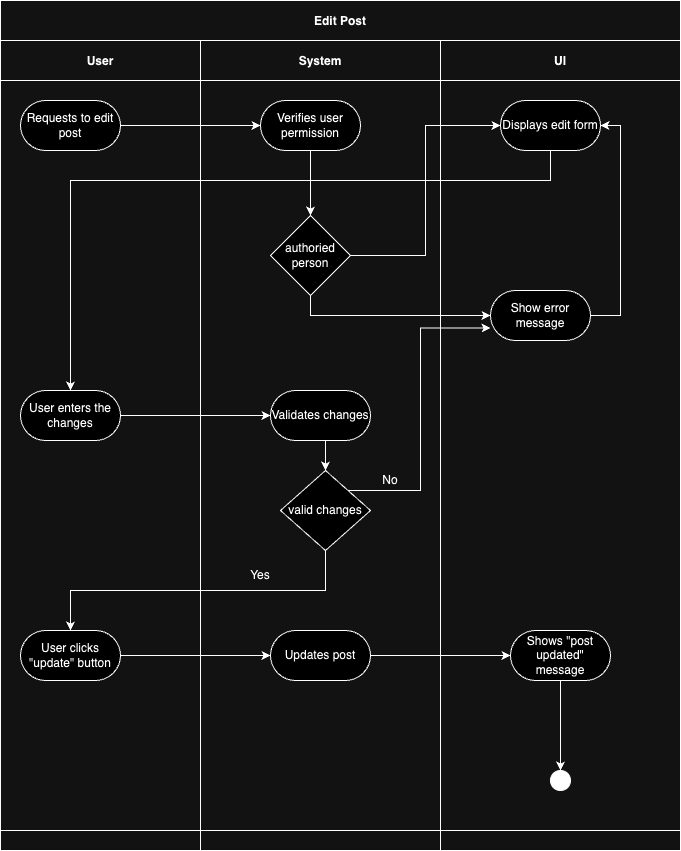
Earlier version of the draw.io export Assets/Edit post drawio.drawio.png (millisom/GluGuide). Source tidied: cells renumbered, new cells last; positions are measured from the earlier drawing's top-left corner, leaving out a move shared by most shapes. Its diagram source:
```xml
<mxGraphModel>
  <root>
    <mxCell id="0" />
    <mxCell id="1" parent="0" />
    <mxCell id="2" value="Edit Post" style="shape=table;startSize=40;fillColor=none;fontStyle=1;" parent="1" vertex="1">
      <mxGeometry width="680" height="850" as="geometry" />
    </mxCell>
    <mxCell id="3" style="shape=tableRow;horizontal=0;swimlaneHead=0;swimlaneBody=0;top=0;left=0;bottom=0;right=0;fillColor=none;startSize=0;fontStyle=1;" parent="2" vertex="1">
      <mxGeometry y="40" width="680" height="790" as="geometry" />
    </mxCell>
    <mxCell id="4" value="User" style="swimlane;swimlaneHead=0;swimlaneBody=0;fillColor=none;startSize=40;fontStyle=1;" parent="3" vertex="1">
      <mxGeometry width="200" height="790" as="geometry" />
    </mxCell>
    <mxCell id="5" value="Requests to edit post" style="rounded=1;whiteSpace=wrap;html=1;arcSize=50;" parent="4" vertex="1">
      <mxGeometry x="20" y="60" width="100" height="50" as="geometry" />
    </mxCell>
    <mxCell id="6" value="User enters the changes" style="rounded=1;whiteSpace=wrap;html=1;arcSize=50;" parent="4" vertex="1">
      <mxGeometry x="20" y="350" width="100" height="50" as="geometry" />
    </mxCell>
    <mxCell id="7" value="User clicks &quot;update&quot; button" style="rounded=1;whiteSpace=wrap;html=1;arcSize=50;" parent="4" vertex="1">
      <mxGeometry x="20" y="590" width="100" height="50" as="geometry" />
    </mxCell>
    <mxCell id="8" value="System" style="swimlane;swimlaneHead=0;swimlaneBody=0;fillColor=none;startSize=40;fontStyle=1;" parent="3" vertex="1">
      <mxGeometry x="200" width="240" height="790" as="geometry" />
    </mxCell>
    <mxCell id="9" style="edgeStyle=orthogonalEdgeStyle;rounded=0;jettySize=auto;html=1;exitX=0.5;exitY=1;exitDx=0;exitDy=0;entryX=0.5;entryY=0;entryDx=0;entryDy=0;" parent="8" edge="1" source="10" target="11">
      <mxGeometry relative="1" as="geometry" />
    </mxCell>
    <mxCell id="10" value="Verifies user permission" style="rounded=1;whiteSpace=wrap;html=1;arcSize=50;" parent="8" vertex="1">
      <mxGeometry x="60" y="60" width="100" height="50" as="geometry" />
    </mxCell>
    <mxCell id="11" value="authoried person" style="rhombus;whiteSpace=wrap;html=1;" parent="8" vertex="1">
      <mxGeometry x="70" y="175" width="80" height="80" as="geometry" />
    </mxCell>
    <mxCell id="12" value="valid changes" style="rhombus;whiteSpace=wrap;html=1;" parent="8" vertex="1">
      <mxGeometry x="80" y="430" width="90" height="80" as="geometry" />
    </mxCell>
    <mxCell id="13" style="edgeStyle=orthogonalEdgeStyle;rounded=0;jettySize=auto;html=1;exitX=0.5;exitY=1;exitDx=0;exitDy=0;entryX=0.5;entryY=0;entryDx=0;entryDy=0;" parent="8" edge="1" source="14" target="12">
      <mxGeometry relative="1" as="geometry" />
    </mxCell>
    <mxCell id="14" value="Validates changes" style="rounded=1;whiteSpace=wrap;html=1;arcSize=50;" parent="8" vertex="1">
      <mxGeometry x="70" y="350" width="100" height="50" as="geometry" />
    </mxCell>
    <mxCell id="15" value="No" style="text;html=1;align=center;verticalAlign=middle;whiteSpace=wrap;rounded=0;" parent="8" vertex="1">
      <mxGeometry x="160" y="425" width="60" height="30" as="geometry" />
    </mxCell>
    <mxCell id="16" value="Yes" style="text;html=1;align=center;verticalAlign=middle;whiteSpace=wrap;rounded=0;" parent="8" vertex="1">
      <mxGeometry x="30" y="520" width="60" height="30" as="geometry" />
    </mxCell>
    <mxCell id="17" value="Updates post" style="rounded=1;whiteSpace=wrap;html=1;arcSize=50;" parent="8" vertex="1">
      <mxGeometry x="70" y="590" width="100" height="50" as="geometry" />
    </mxCell>
    <mxCell id="18" value="UI" style="swimlane;swimlaneHead=0;swimlaneBody=0;fillColor=none;startSize=40;fontStyle=1;" parent="3" vertex="1">
      <mxGeometry x="440" width="240" height="790" as="geometry" />
    </mxCell>
    <mxCell id="19" style="edgeStyle=orthogonalEdgeStyle;rounded=0;jettySize=auto;html=1;exitX=1;exitY=0.5;exitDx=0;exitDy=0;entryX=1;entryY=0.5;entryDx=0;entryDy=0;" parent="18" edge="1" source="20" target="24">
      <mxGeometry relative="1" as="geometry" />
    </mxCell>
    <mxCell id="20" value="Show error message" style="rounded=1;whiteSpace=wrap;html=1;arcSize=50;" parent="18" vertex="1">
      <mxGeometry x="50" y="250" width="100" height="50" as="geometry" />
    </mxCell>
    <mxCell id="21" value="Shows &quot;post updated&quot; message" style="rounded=1;whiteSpace=wrap;html=1;arcSize=50;" parent="18" vertex="1">
      <mxGeometry x="70" y="590" width="100" height="50" as="geometry" />
    </mxCell>
    <mxCell id="22" style="edgeStyle=orthogonalEdgeStyle;rounded=0;jettySize=auto;html=1;exitX=0.5;exitY=1;exitDx=0;exitDy=0;" parent="18" edge="1" source="21" target="23">
      <mxGeometry relative="1" as="geometry" />
    </mxCell>
    <mxCell id="23" style="ellipse;whiteSpace=wrap;html=1;fillColor=#000000;" parent="18" vertex="1">
      <mxGeometry x="110" y="730" width="20" height="20" as="geometry" />
    </mxCell>
    <mxCell id="24" value="Displays edit form" style="rounded=1;whiteSpace=wrap;html=1;arcSize=50;" parent="18" vertex="1">
      <mxGeometry x="60" y="60" width="100" height="50" as="geometry" />
    </mxCell>
    <mxCell id="25" style="edgeStyle=orthogonalEdgeStyle;rounded=0;jettySize=auto;html=1;entryX=0;entryY=0.5;entryDx=0;entryDy=0;" parent="3" edge="1" source="5">
      <mxGeometry relative="1" as="geometry">
        <mxPoint x="260" y="85" as="targetPoint" />
      </mxGeometry>
    </mxCell>
    <mxCell id="26" style="edgeStyle=orthogonalEdgeStyle;rounded=0;jettySize=auto;html=1;exitX=0.5;exitY=1;exitDx=0;exitDy=0;entryX=0;entryY=0.5;entryDx=0;entryDy=0;" parent="3" edge="1" source="11" target="20">
      <mxGeometry relative="1" as="geometry" />
    </mxCell>
    <mxCell id="27" style="edgeStyle=orthogonalEdgeStyle;rounded=0;jettySize=auto;html=1;exitX=1;exitY=0.5;exitDx=0;exitDy=0;entryX=0;entryY=0.5;entryDx=0;entryDy=0;" parent="3" edge="1" source="11" target="24">
      <mxGeometry relative="1" as="geometry" />
    </mxCell>
    <mxCell id="28" style="edgeStyle=orthogonalEdgeStyle;rounded=0;jettySize=auto;html=1;exitX=0.5;exitY=1;exitDx=0;exitDy=0;entryX=0.5;entryY=0;entryDx=0;entryDy=0;" parent="3" edge="1" source="24" target="6">
      <mxGeometry relative="1" as="geometry">
        <Array as="points">
          <mxPoint x="550" y="140" />
          <mxPoint x="70" y="140" />
        </Array>
      </mxGeometry>
    </mxCell>
    <mxCell id="29" style="edgeStyle=orthogonalEdgeStyle;rounded=0;jettySize=auto;html=1;exitX=1;exitY=0.5;exitDx=0;exitDy=0;" parent="3" edge="1" source="6" target="14">
      <mxGeometry relative="1" as="geometry" />
    </mxCell>
    <mxCell id="30" style="edgeStyle=orthogonalEdgeStyle;rounded=0;jettySize=auto;html=1;exitX=1;exitY=0;exitDx=0;exitDy=0;entryX=0;entryY=0.75;entryDx=0;entryDy=0;" parent="3" edge="1" source="12" target="20">
      <mxGeometry relative="1" as="geometry">
        <Array as="points">
          <mxPoint x="420" y="450" />
          <mxPoint x="420" y="288" />
        </Array>
      </mxGeometry>
    </mxCell>
    <mxCell id="31" style="edgeStyle=orthogonalEdgeStyle;rounded=0;jettySize=auto;html=1;exitX=0.5;exitY=1;exitDx=0;exitDy=0;entryX=0.5;entryY=0;entryDx=0;entryDy=0;" parent="3" edge="1" source="12" target="7">
      <mxGeometry relative="1" as="geometry" />
    </mxCell>
    <mxCell id="32" style="edgeStyle=orthogonalEdgeStyle;rounded=0;jettySize=auto;html=1;exitX=1;exitY=0.5;exitDx=0;exitDy=0;entryX=0;entryY=0.5;entryDx=0;entryDy=0;" parent="3" edge="1" source="7" target="17">
      <mxGeometry relative="1" as="geometry" />
    </mxCell>
    <mxCell id="33" style="edgeStyle=orthogonalEdgeStyle;rounded=0;jettySize=auto;html=1;exitX=1;exitY=0.5;exitDx=0;exitDy=0;entryX=0;entryY=0.5;entryDx=0;entryDy=0;" parent="3" edge="1" source="17" target="21">
      <mxGeometry relative="1" as="geometry" />
    </mxCell>
    <mxCell id="34" style="shape=tableRow;horizontal=0;swimlaneHead=0;swimlaneBody=0;top=0;left=0;bottom=0;right=0;fillColor=none;startSize=0;fontStyle=1;" parent="2" vertex="1">
      <mxGeometry y="830" width="680" height="20" as="geometry" />
    </mxCell>
    <mxCell id="35" style="swimlane;swimlaneHead=0;swimlaneBody=0;fillColor=none;startSize=0;fontStyle=1;" parent="34" vertex="1">
      <mxGeometry width="200" height="20" as="geometry" />
    </mxCell>
    <mxCell id="36" style="swimlane;swimlaneHead=0;swimlaneBody=0;fillColor=none;startSize=0;fontStyle=1;" parent="34" vertex="1">
      <mxGeometry x="200" width="240" height="20" as="geometry" />
    </mxCell>
    <mxCell id="37" style="swimlane;swimlaneHead=0;swimlaneBody=0;fillColor=none;startSize=0;fontStyle=1;" parent="34" vertex="1">
      <mxGeometry x="440" width="240" height="20" as="geometry" />
    </mxCell>
  </root>
</mxGraphModel>
```
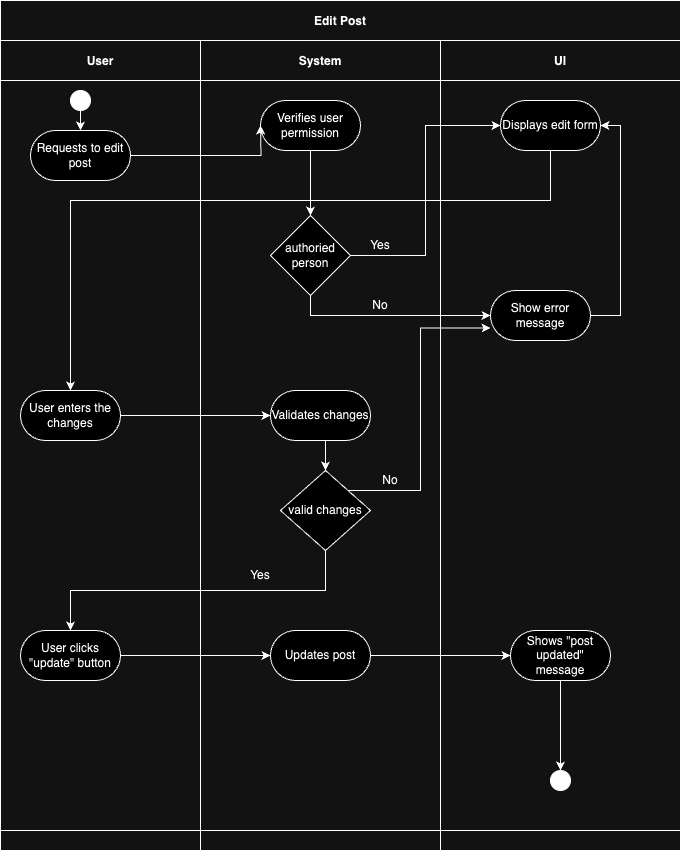
The same file after the commit.

The edit, as a diff of the source:
```diff
@@ -12,7 +12,7 @@
       <mxGeometry width="200" height="790" as="geometry" />
     </mxCell>
     <mxCell id="5" value="Requests to edit post" style="rounded=1;whiteSpace=wrap;html=1;arcSize=50;" parent="4" vertex="1">
-      <mxGeometry x="20" y="60" width="100" height="50" as="geometry" />
+      <mxGeometry x="30" y="90" width="100" height="50" as="geometry" />
     </mxCell>
     <mxCell id="6" value="User enters the changes" style="rounded=1;whiteSpace=wrap;html=1;arcSize=50;" parent="4" vertex="1">
       <mxGeometry x="20" y="350" width="100" height="50" as="geometry" />
@@ -20,6 +20,12 @@
     <mxCell id="7" value="User clicks &quot;update&quot; button" style="rounded=1;whiteSpace=wrap;html=1;arcSize=50;" parent="4" vertex="1">
       <mxGeometry x="20" y="590" width="100" height="50" as="geometry" />
     </mxCell>
+    <mxCell id="38" style="edgeStyle=orthogonalEdgeStyle;rounded=0;jettySize=auto;html=1;exitX=0.5;exitY=1;exitDx=0;exitDy=0;entryX=0.5;entryY=0;entryDx=0;entryDy=0;" parent="4" edge="1" source="39" target="5">
+      <mxGeometry relative="1" as="geometry" />
+    </mxCell>
+    <mxCell id="39" style="ellipse;whiteSpace=wrap;html=1;fillColor=#000000;" parent="4" vertex="1">
+      <mxGeometry x="70" y="50" width="20" height="20" as="geometry" />
+    </mxCell>
     <mxCell id="8" value="System" style="swimlane;swimlaneHead=0;swimlaneBody=0;fillColor=none;startSize=40;fontStyle=1;" parent="3" vertex="1">
       <mxGeometry x="200" width="240" height="790" as="geometry" />
     </mxCell>
@@ -50,6 +56,12 @@
     <mxCell id="17" value="Updates post" style="rounded=1;whiteSpace=wrap;html=1;arcSize=50;" parent="8" vertex="1">
       <mxGeometry x="70" y="590" width="100" height="50" as="geometry" />
     </mxCell>
+    <mxCell id="40" value="No" style="text;html=1;align=center;verticalAlign=middle;whiteSpace=wrap;rounded=0;" parent="8" vertex="1">
+      <mxGeometry x="150" y="250" width="60" height="30" as="geometry" />
+    </mxCell>
+    <mxCell id="41" value="Yes" style="text;html=1;align=center;verticalAlign=middle;whiteSpace=wrap;rounded=0;" parent="8" vertex="1">
+      <mxGeometry x="150" y="190" width="60" height="30" as="geometry" />
+    </mxCell>
     <mxCell id="18" value="UI" style="swimlane;swimlaneHead=0;swimlaneBody=0;fillColor=none;startSize=40;fontStyle=1;" parent="3" vertex="1">
       <mxGeometry x="440" width="240" height="790" as="geometry" />
     </mxCell>
@@ -85,8 +97,8 @@
     <mxCell id="28" style="edgeStyle=orthogonalEdgeStyle;rounded=0;jettySize=auto;html=1;exitX=0.5;exitY=1;exitDx=0;exitDy=0;entryX=0.5;entryY=0;entryDx=0;entryDy=0;" parent="3" edge="1" source="24" target="6">
       <mxGeometry relative="1" as="geometry">
         <Array as="points">
-          <mxPoint x="550" y="140" />
-          <mxPoint x="70" y="140" />
+          <mxPoint x="550" y="160" />
+          <mxPoint x="70" y="160" />
         </Array>
       </mxGeometry>
     </mxCell>
```
